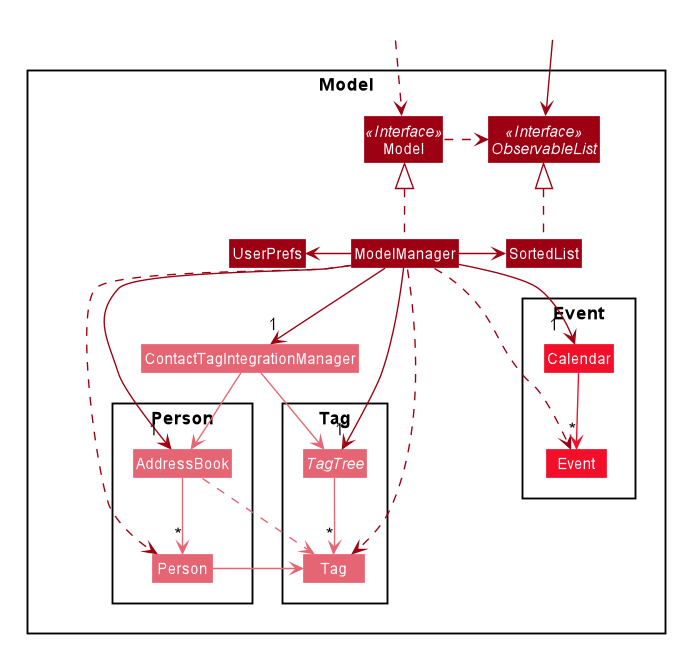
solkim-83/tp keeps this PlantUML diagram as docs/images/ModelClassOverviewDiagram.png. Above is the earlier version.
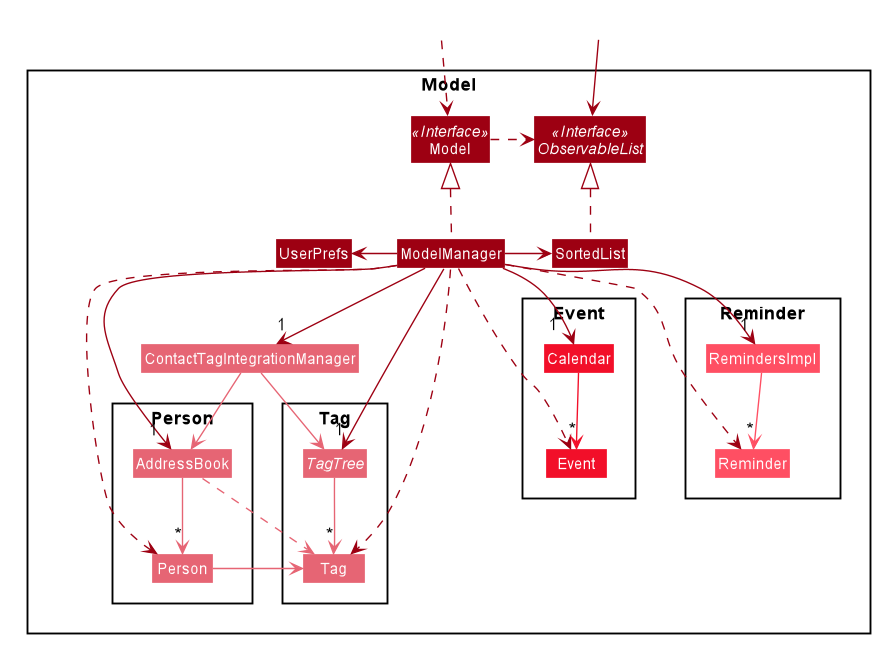
After the change.

Commit message:
Update high-level model diagram to include Reminders

Diff of the diagram source:
```diff
@@ -71,6 +71,10 @@
 Class Calendar #f20f29
 Class Event #f20f29
 }
+Package Reminder {
+Class RemindersImpl #ff4f63
+Class Reminder #ff4f63
+}
 }
 
 Class HiddenOutside #FFFFFF
@@ -90,9 +94,11 @@
 ModelManager -down-> "1 " AddressBook
 ModelManager -down-> "1  " Calendar
 ModelManager -down-> "1" TagTree
+ModelManager -down-> "1" RemindersImpl
 ModelManager .down.-> Person
 ModelManager .down.-> Tag
 ModelManager .down.-> Event
+ModelManager .down.> Reminder
 
 ContactTagIntegrationManager -down-> AddressBook #e66574
 ContactTagIntegrationManager -down-> TagTree #e66574
@@ -100,6 +106,7 @@
 AddressBook -down-> "*" Person #e66574
 TagTree -down-> "*" Tag #e66574
 Calendar -down-> "*" Event #f20f29
+RemindersImpl -down-> "*" Reminder #ff4f63
 
 AddressBook ..> Tag #e66574
 Person -right-> Tag #e66574
```
